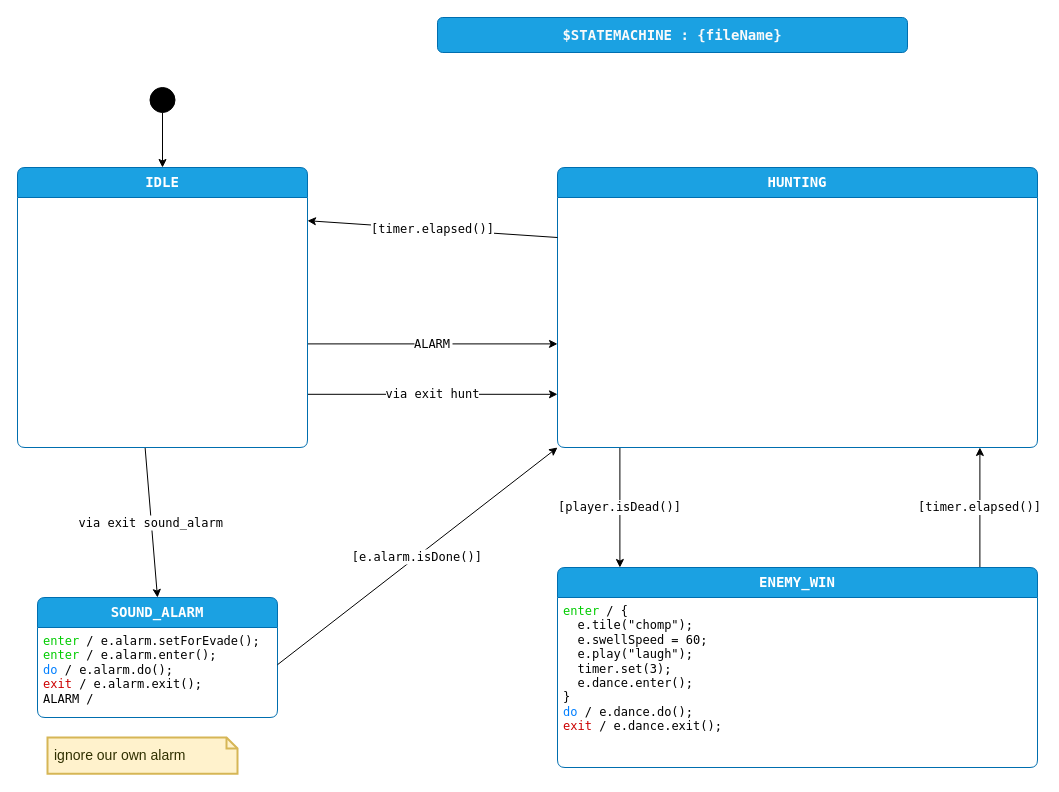
Above: page "design" (1 of 3) of enemy3/Enemy3Sm.drawio in adamfk/game-fsm-examples (draw.io), before the change. Source tidied: cells renumbered, new cells numbered last; positions are measured from the earlier drawing's top-left corner, leaving out a move shared by most shapes. Both pictures are drawn from the tidied source at 100%, with x=0, y=0 at pixel (17, 17).
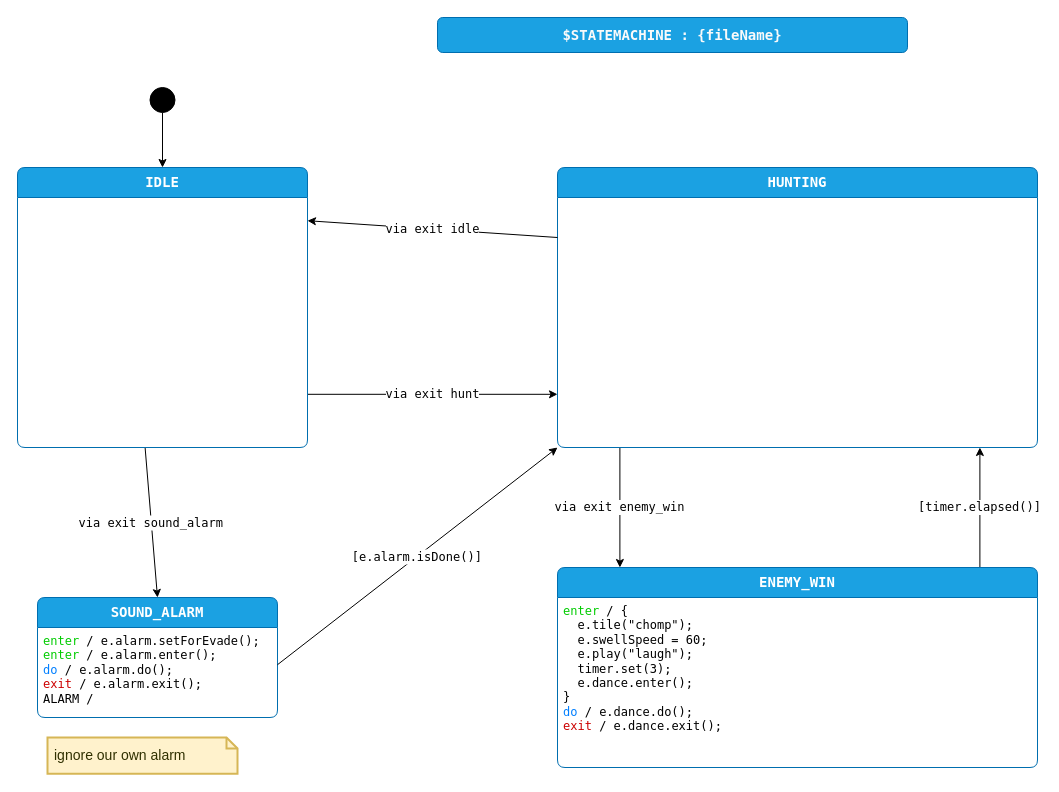
The same diagram, later.

Commit message (it also covers changes not shown here):
tidy enemy3

What changed in the source:
```diff
@@
 <mxGraphModel>
   <root>
     <mxCell id="0" />
     <mxCell id="1" parent="0" />
     <mxCell id="2" value="&lt;span style=&quot;color: rgb(250, 250, 250); font-family: &amp;quot;Lucida Console&amp;quot;; font-size: 14px; font-weight: 700; text-wrap: nowrap;&quot;&gt;$STATEMACHINE : {fileName}&lt;/span&gt;" style="rounded=1;whiteSpace=wrap;html=1;fillColor=#1ba1e2;fontColor=#ffffff;strokeColor=#006EAF;" parent="1" vertex="1">
       <mxGeometry x="420" width="470" height="35" as="geometry" />
     </mxCell>
-    <mxCell id="3" value="[player.isDead()]" style="shape=connector;rounded=0;html=1;exitX=0.13;exitY=1;exitDx=0;exitDy=0;exitPerimeter=0;entryX=0.13;entryY=0;entryDx=0;entryDy=0;entryPerimeter=0;labelBackgroundColor=default;strokeColor=default;fontFamily=Lucida Console;fontSize=12;fontColor=default;endArrow=classic;" parent="1" edge="1" source="4" target="6">
+    <mxCell id="3" value="via exit enemy_win" style="shape=connector;rounded=0;html=1;exitX=0.13;exitY=1;exitDx=0;exitDy=0;exitPerimeter=0;entryX=0.13;entryY=0;entryDx=0;entryDy=0;entryPerimeter=0;labelBackgroundColor=default;strokeColor=default;fontFamily=Lucida Console;fontSize=12;fontColor=default;endArrow=classic;" parent="1" edge="1" source="4" target="6">
       <mxGeometry relative="1" as="geometry" />
     </mxCell>
     <mxCell id="4" value="HUNTING" style="shape=swimlane;align=center;verticalAlign=top;fontFamily=Lucida Console;startSize=30;fontSize=14;fontStyle=1;fontColor=#ffffff;fillColor=#1ba1e2;swimlaneFillColor=default;rounded=1;arcSize=15;absoluteArcSize=1;points=[[0,0,0,0,0],[0,0.06,0,0,0],[0,0.13,0,0,0],[0,0.19,0,0,0],[0,0.25,0,0,0],[0,0.31,0,0,0],[0,0.38,0,0,0],[0,0.44,0,0,0],[0,0.5,0,0,0],[0,0.56,0,0,0],[0,0.63,0,0,0],[0,0.69,0,0,0],[0,0.75,0,0,0],[0,0.81,0,0,0],[0,0.88,0,0,0],[0,0.94,0,0,0],[0,1,0,0,0],[0.06,0,0,0,0],[0.06,1,0,0,0],[0.13,0,0,0,0],[0.13,1,0,0,0],[0.19,0,0,0,0],[0.19,1,0,0,0],[0.25,0,0,0,0],[0.25,1,0,0,0],[0.31,0,0,0,0],[0.31,1,0,0,0],[0.38,0,0,0,0],[0.38,1,0,0,0],[0.44,0,0,0,0],[0.44,1,0,0,0],[0.5,0,0,0,0],[0.5,1,0,0,0],[0.56,0,0,0,0],[0.56,1,0,0,0],[0.63,0,0,0,0],[0.63,1,0,0,0],[0.69,0,0,0,0],[0.69,1,0,0,0],[0.75,0,0,0,0],[0.75,1,0,0,0],[0.81,0,0,0,0],[0.81,1,0,0,0],[0.88,0,0,0,0],[0.88,1,0,0,0],[0.94,0,0,0,0],[0.94,1,0,0,0],[1,0,0,0,0],[1,0.06,0,0,0],[1,0.13,0,0,0],[1,0.19,0,0,0],[1,0.25,0,0,0],[1,0.31,0,0,0],[1,0.38,0,0,0],[1,0.44,0,0,0],[1,0.5,0,0,0],[1,0.56,0,0,0],[1,0.63,0,0,0],[1,0.69,0,0,0],[1,0.75,0,0,0],[1,0.81,0,0,0],[1,0.88,0,0,0],[1,0.94,0,0,0],[1,1,0,0,0]];strokeColor=#006EAF;labelBackgroundColor=none;" parent="1" vertex="1" collapsed="1">
       <mxGeometry x="540" y="150" width="480" height="280" as="geometry" />
     </mxCell>
     <mxCell id="5" value="[timer.elapsed()]" style="shape=connector;rounded=0;html=1;exitX=0.88;exitY=0;exitDx=0;exitDy=0;exitPerimeter=0;entryX=0.88;entryY=1;entryDx=0;entryDy=0;entryPerimeter=0;labelBackgroundColor=default;strokeColor=default;fontFamily=Lucida Console;fontSize=12;fontColor=default;endArrow=classic;" parent="1" edge="1" source="6" target="4">
       <mxGeometry relative="1" as="geometry" />
     </mxCell>
     <mxCell id="6" value="ENEMY_WIN" style="shape=swimlane;align=center;verticalAlign=top;fontFamily=Lucida Console;startSize=30;fontSize=14;fontStyle=1;fontColor=#ffffff;fillColor=#1ba1e2;swimlaneFillColor=default;rounded=1;arcSize=15;absoluteArcSize=1;points=[[0,0,0,0,0],[0,0.06,0,0,0],[0,0.13,0,0,0],[0,0.19,0,0,0],[0,0.25,0,0,0],[0,0.31,0,0,0],[0,0.38,0,0,0],[0,0.44,0,0,0],[0,0.5,0,0,0],[0,0.56,0,0,0],[0,0.63,0,0,0],[0,0.69,0,0,0],[0,0.75,0,0,0],[0,0.81,0,0,0],[0,0.88,0,0,0],[0,0.94,0,0,0],[0,1,0,0,0],[0.06,0,0,0,0],[0.06,1,0,0,0],[0.13,0,0,0,0],[0.13,1,0,0,0],[0.19,0,0,0,0],[0.19,1,0,0,0],[0.25,0,0,0,0],[0.25,1,0,0,0],[0.31,0,0,0,0],[0.31,1,0,0,0],[0.38,0,0,0,0],[0.38,1,0,0,0],[0.44,0,0,0,0],[0.44,1,0,0,0],[0.5,0,0,0,0],[0.5,1,0,0,0],[0.56,0,0,0,0],[0.56,1,0,0,0],[0.63,0,0,0,0],[0.63,1,0,0,0],[0.69,0,0,0,0],[0.69,1,0,0,0],[0.75,0,0,0,0],[0.75,1,0,0,0],[0.81,0,0,0,0],[0.81,1,0,0,0],[0.88,0,0,0,0],[0.88,1,0,0,0],[0.94,0,0,0,0],[0.94,1,0,0,0],[1,0,0,0,0],[1,0.06,0,0,0],[1,0.13,0,0,0],[1,0.19,0,0,0],[1,0.25,0,0,0],[1,0.31,0,0,0],[1,0.38,0,0,0],[1,0.44,0,0,0],[1,0.5,0,0,0],[1,0.56,0,0,0],[1,0.63,0,0,0],[1,0.69,0,0,0],[1,0.75,0,0,0],[1,0.81,0,0,0],[1,0.88,0,0,0],[1,0.94,0,0,0],[1,1,0,0,0]];strokeColor=#006EAF;labelBackgroundColor=none;" parent="1" vertex="1">
       <mxGeometry x="540" y="550" width="480" height="200" as="geometry" />
     </mxCell>
     <mxCell id="7" value="&lt;font color=&quot;#00cc00&quot;&gt;enter&lt;/font&gt; / {&lt;br&gt;&amp;nbsp; e.tile(&quot;chomp&quot;);&lt;br&gt;&amp;nbsp; e.swellSpeed = 60;&lt;br&gt;&amp;nbsp; e.play(&quot;laugh&quot;);&lt;br&gt;&amp;nbsp; timer.set(3);&lt;br&gt;&amp;nbsp; e.dance.enter();&lt;br&gt;&lt;div&gt;}&lt;/div&gt;&lt;div&gt;&lt;font color=&quot;#007fff&quot;&gt;do&lt;/font&gt; / e.dance.do();&lt;br&gt;&lt;div&gt;&lt;font color=&quot;#cc0000&quot;&gt;exit&lt;/font&gt;&amp;nbsp;/ e.dance.exit();&lt;br&gt;&lt;/div&gt;&lt;/div&gt;" style="fontFamily=Lucida Console;align=left;verticalAlign=top;fillColor=none;gradientColor=none;strokeColor=none;rounded=0;spacingLeft=4;html=1;fontSize=12;fontColor=default;labelBackgroundColor=default;" parent="6" vertex="1">
       <mxGeometry y="30" width="180" height="140" as="geometry" />
     </mxCell>
     <mxCell id="8" value="via exit hunt" style="edgeStyle=none;html=1;exitX=1;exitY=0.81;exitDx=0;exitDy=0;exitPerimeter=0;entryX=0;entryY=0.81;entryDx=0;entryDy=0;entryPerimeter=0;fontSize=12;fontFamily=Lucida Console;" parent="1" edge="1" source="11" target="4">
       <mxGeometry relative="1" as="geometry" />
     </mxCell>
-    <mxCell id="9" value="ALARM" style="edgeStyle=none;html=0;exitX=1;exitY=0.63;exitDx=0;exitDy=0;exitPerimeter=0;entryX=0;entryY=0.63;entryDx=0;entryDy=0;entryPerimeter=0;fontFamily=Lucida Console;fontSize=12;" parent="1" edge="1" source="11" target="4">
-      <mxGeometry relative="1" as="geometry" />
-    </mxCell>
     <mxCell id="10" value="via exit sound_alarm" style="edgeStyle=none;html=0;exitX=0.44;exitY=1;exitDx=0;exitDy=0;exitPerimeter=0;entryX=0.5;entryY=0;entryDx=0;entryDy=0;entryPerimeter=0;fontFamily=Lucida Console;fontSize=12;" parent="1" edge="1" source="11" target="15">
       <mxGeometry relative="1" as="geometry" />
     </mxCell>
     <mxCell id="11" value="IDLE" style="shape=swimlane;align=center;verticalAlign=top;fontFamily=Lucida Console;startSize=30;fontSize=14;fontStyle=1;fontColor=#ffffff;fillColor=#1ba1e2;swimlaneFillColor=default;rounded=1;arcSize=15;absoluteArcSize=1;points=[[0,0,0,0,0],[0,0.06,0,0,0],[0,0.13,0,0,0],[0,0.19,0,0,0],[0,0.25,0,0,0],[0,0.31,0,0,0],[0,0.38,0,0,0],[0,0.44,0,0,0],[0,0.5,0,0,0],[0,0.56,0,0,0],[0,0.63,0,0,0],[0,0.69,0,0,0],[0,0.75,0,0,0],[0,0.81,0,0,0],[0,0.88,0,0,0],[0,0.94,0,0,0],[0,1,0,0,0],[0.06,0,0,0,0],[0.06,1,0,0,0],[0.13,0,0,0,0],[0.13,1,0,0,0],[0.19,0,0,0,0],[0.19,1,0,0,0],[0.25,0,0,0,0],[0.25,1,0,0,0],[0.31,0,0,0,0],[0.31,1,0,0,0],[0.38,0,0,0,0],[0.38,1,0,0,0],[0.44,0,0,0,0],[0.44,1,0,0,0],[0.5,0,0,0,0],[0.5,1,0,0,0],[0.56,0,0,0,0],[0.56,1,0,0,0],[0.63,0,0,0,0],[0.63,1,0,0,0],[0.69,0,0,0,0],[0.69,1,0,0,0],[0.75,0,0,0,0],[0.75,1,0,0,0],[0.81,0,0,0,0],[0.81,1,0,0,0],[0.88,0,0,0,0],[0.88,1,0,0,0],[0.94,0,0,0,0],[0.94,1,0,0,0],[1,0,0,0,0],[1,0.06,0,0,0],[1,0.13,0,0,0],[1,0.19,0,0,0],[1,0.25,0,0,0],[1,0.31,0,0,0],[1,0.38,0,0,0],[1,0.44,0,0,0],[1,0.5,0,0,0],[1,0.56,0,0,0],[1,0.63,0,0,0],[1,0.69,0,0,0],[1,0.75,0,0,0],[1,0.81,0,0,0],[1,0.88,0,0,0],[1,0.94,0,0,0],[1,1,0,0,0]];strokeColor=#006EAF;labelBackgroundColor=none;" parent="1" vertex="1" collapsed="1">
       <mxGeometry y="150" width="290" height="280" as="geometry" />
     </mxCell>
-    <mxCell id="12" value="&lt;span style=&quot;font-family: &amp;quot;Lucida Console&amp;quot;; font-size: 12px;&quot;&gt;[timer.elapsed()]&lt;/span&gt;" style="edgeStyle=none;html=1;exitX=0;exitY=0.25;exitDx=0;exitDy=0;exitPerimeter=0;entryX=1;entryY=0.19;entryDx=0;entryDy=0;entryPerimeter=0;" parent="1" edge="1" source="4" target="11">
+    <mxCell id="12" value="&lt;font face=&quot;Lucida Console&quot;&gt;&lt;span style=&quot;font-size: 12px;&quot;&gt;via exit idle&lt;/span&gt;&lt;/font&gt;" style="edgeStyle=none;html=1;exitX=0;exitY=0.25;exitDx=0;exitDy=0;exitPerimeter=0;entryX=1;entryY=0.19;entryDx=0;entryDy=0;entryPerimeter=0;" parent="1" edge="1" source="4" target="11">
       <mxGeometry relative="1" as="geometry" />
     </mxCell>
     <mxCell id="13" style="edgeStyle=none;html=1;" parent="1" edge="1" source="14" target="11">
       <mxGeometry relative="1" as="geometry" />
     </mxCell>
     <mxCell id="14" value="$initial_state" style="shape=ellipse;fillColor=#000000;noLabel=1;" parent="1" vertex="1">
       <mxGeometry x="132.5" y="70" width="25" height="25" as="geometry" />
     </mxCell>
     <mxCell id="15" value="SOUND_ALARM" style="shape=swimlane;align=center;verticalAlign=top;fontFamily=Lucida Console;startSize=30;fontSize=14;fontStyle=1;fontColor=#ffffff;fillColor=#1ba1e2;swimlaneFillColor=default;rounded=1;arcSize=15;absoluteArcSize=1;points=[[0,0,0,0,0],[0,0.06,0,0,0],[0,0.13,0,0,0],[0,0.19,0,0,0],[0,0.25,0,0,0],[0,0.31,0,0,0],[0,0.38,0,0,0],[0,0.44,0,0,0],[0,0.5,0,0,0],[0,0.56,0,0,0],[0,0.63,0,0,0],[0,0.69,0,0,0],[0,0.75,0,0,0],[0,0.81,0,0,0],[0,0.88,0,0,0],[0,0.94,0,0,0],[0,1,0,0,0],[0.06,0,0,0,0],[0.06,1,0,0,0],[0.13,0,0,0,0],[0.13,1,0,0,0],[0.19,0,0,0,0],[0.19,1,0,0,0],[0.25,0,0,0,0],[0.25,1,0,0,0],[0.31,0,0,0,0],[0.31,1,0,0,0],[0.38,0,0,0,0],[0.38,1,0,0,0],[0.44,0,0,0,0],[0.44,1,0,0,0],[0.5,0,0,0,0],[0.5,1,0,0,0],[0.56,0,0,0,0],[0.56,1,0,0,0],[0.63,0,0,0,0],[0.63,1,0,0,0],[0.69,0,0,0,0],[0.69,1,0,0,0],[0.75,0,0,0,0],[0.75,1,0,0,0],[0.81,0,0,0,0],[0.81,1,0,0,0],[0.88,0,0,0,0],[0.88,1,0,0,0],[0.94,0,0,0,0],[0.94,1,0,0,0],[1,0,0,0,0],[1,0.06,0,0,0],[1,0.13,0,0,0],[1,0.19,0,0,0],[1,0.25,0,0,0],[1,0.31,0,0,0],[1,0.38,0,0,0],[1,0.44,0,0,0],[1,0.5,0,0,0],[1,0.56,0,0,0],[1,0.63,0,0,0],[1,0.69,0,0,0],[1,0.75,0,0,0],[1,0.81,0,0,0],[1,0.88,0,0,0],[1,0.94,0,0,0],[1,1,0,0,0]];strokeColor=#006EAF;labelBackgroundColor=none;" parent="1" vertex="1">
       <mxGeometry x="20" y="580" width="240" height="120" as="geometry" />
     </mxCell>
     <mxCell id="16" value="&lt;font color=&quot;#00cc00&quot;&gt;enter&lt;/font&gt;&amp;nbsp;/&amp;nbsp;e.alarm.setForEvade();&lt;br&gt;&lt;font color=&quot;#00cc00&quot;&gt;enter&lt;/font&gt;&amp;nbsp;/&amp;nbsp;e.alarm.enter();&lt;br&gt;&lt;div&gt;&lt;font color=&quot;#007fff&quot;&gt;do&lt;/font&gt;&amp;nbsp;/ e.alarm.do();&lt;/div&gt;&lt;div&gt;&lt;font color=&quot;#cc0000&quot;&gt;exit&lt;/font&gt;&amp;nbsp;/ e.alarm.exit();&lt;/div&gt;&lt;div&gt;ALARM /&amp;nbsp;&lt;/div&gt;" style="fontFamily=Lucida Console;align=left;verticalAlign=top;fillColor=none;gradientColor=none;strokeColor=none;rounded=0;spacingLeft=4;html=1;fontSize=12;fontColor=default;labelBackgroundColor=default;" parent="15" vertex="1">
       <mxGeometry y="30" width="240" height="90" as="geometry" />
     </mxCell>
     <mxCell id="17" value="ignore our own alarm&lt;div&gt;&lt;/div&gt;" style="shape=note;strokeWidth=2;fontSize=14;size=11;whiteSpace=wrap;html=1;fillColor=#fff2cc;strokeColor=#d6b656;fontColor=#303000;align=left;spacingLeft=5;verticalAlign=middle;fontFamily=Helvetica;" parent="1" vertex="1">
       <mxGeometry x="30" y="720" width="190" height="36.2" as="geometry" />
     </mxCell>
     <mxCell id="18" value="[e.alarm.isDone()]" style="edgeStyle=none;html=0;exitX=1;exitY=0.56;exitDx=0;exitDy=0;exitPerimeter=0;fontFamily=Lucida Console;fontSize=12;entryX=0;entryY=1;entryDx=0;entryDy=0;entryPerimeter=0;" parent="1" edge="1" source="15" target="4">
       <mxGeometry relative="1" as="geometry" />
     </mxCell>
   </root>
 </mxGraphModel>
```
